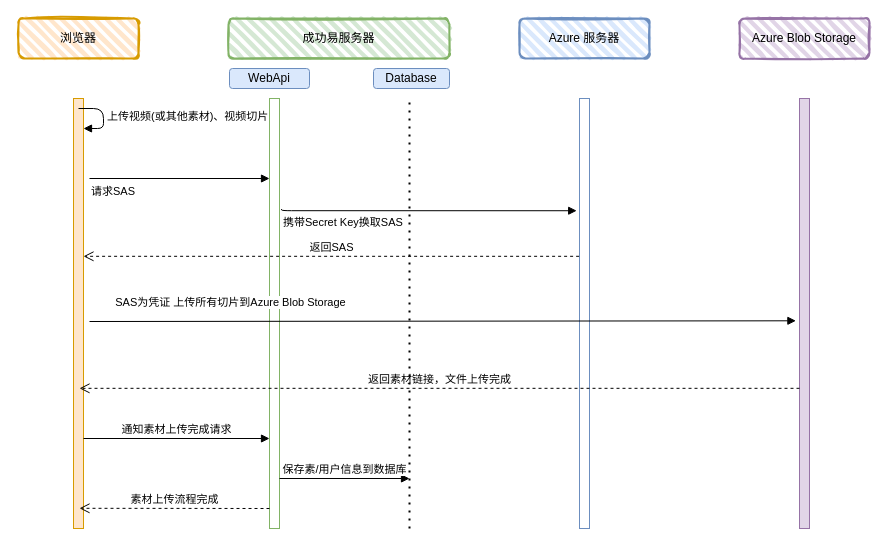
Before: Azure blob 视频上传.drawio in gebiWangshushu/ioDraw, a draw.io diagram. Source tidied: cells renumbered, new cells numbered last; positions are measured from the earlier drawing's top-left corner, leaving out a move shared by most shapes. Both pictures are drawn from the tidied source at 100%, with x=0, y=0 at pixel (18, 18).
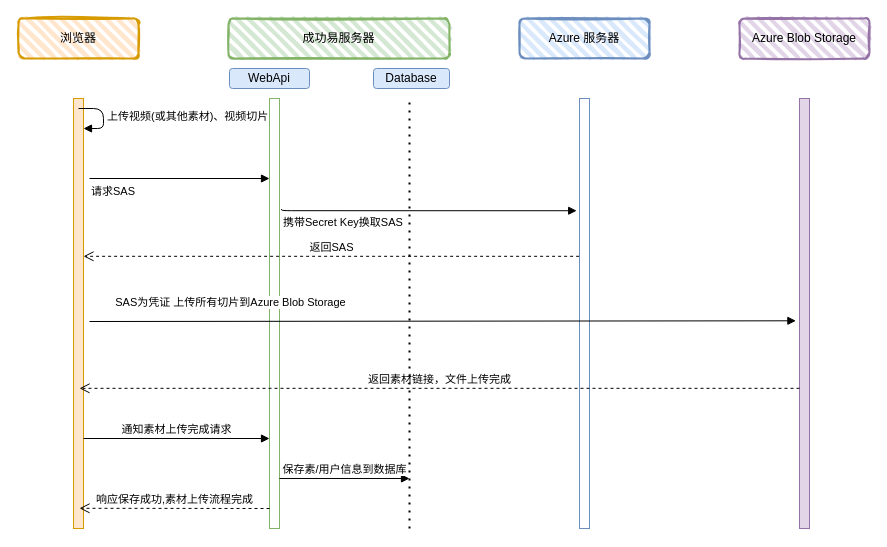
The same page after the edit.

Commit message:
更新Azure blob 视频上传.drawio

The change refers to these unchanged cells:
```xml
<mxCell id="6" style="html=1;points=[];perimeter=orthogonalPerimeter;fillColor=#ffe6cc;strokeColor=#d79b00;rounded=0;" parent="1" vertex="1">
  <mxGeometry x="55" y="80" width="10" height="430" as="geometry" />
</mxCell>
```

Diff of the diagram source:
```diff
@@
-    <mxCell id="21" value="素材上传流程完成" style="html=1;verticalAlign=bottom;endArrow=open;dashed=1;endSize=8;rounded=0;entryX=0.6;entryY=0.953;entryDx=0;entryDy=0;entryPerimeter=0;" parent="1" edge="1" target="6">
+    <mxCell id="21" value="响应保存成功,素材上传流程完成" style="html=1;verticalAlign=bottom;endArrow=open;dashed=1;endSize=8;rounded=0;entryX=0.6;entryY=0.953;entryDx=0;entryDy=0;entryPerimeter=0;" parent="1" edge="1" target="6">
       <mxGeometry relative="1" as="geometry">
         <mxPoint x="251" y="490" as="sourcePoint" />
       </mxGeometry>
     </mxCell>
```
